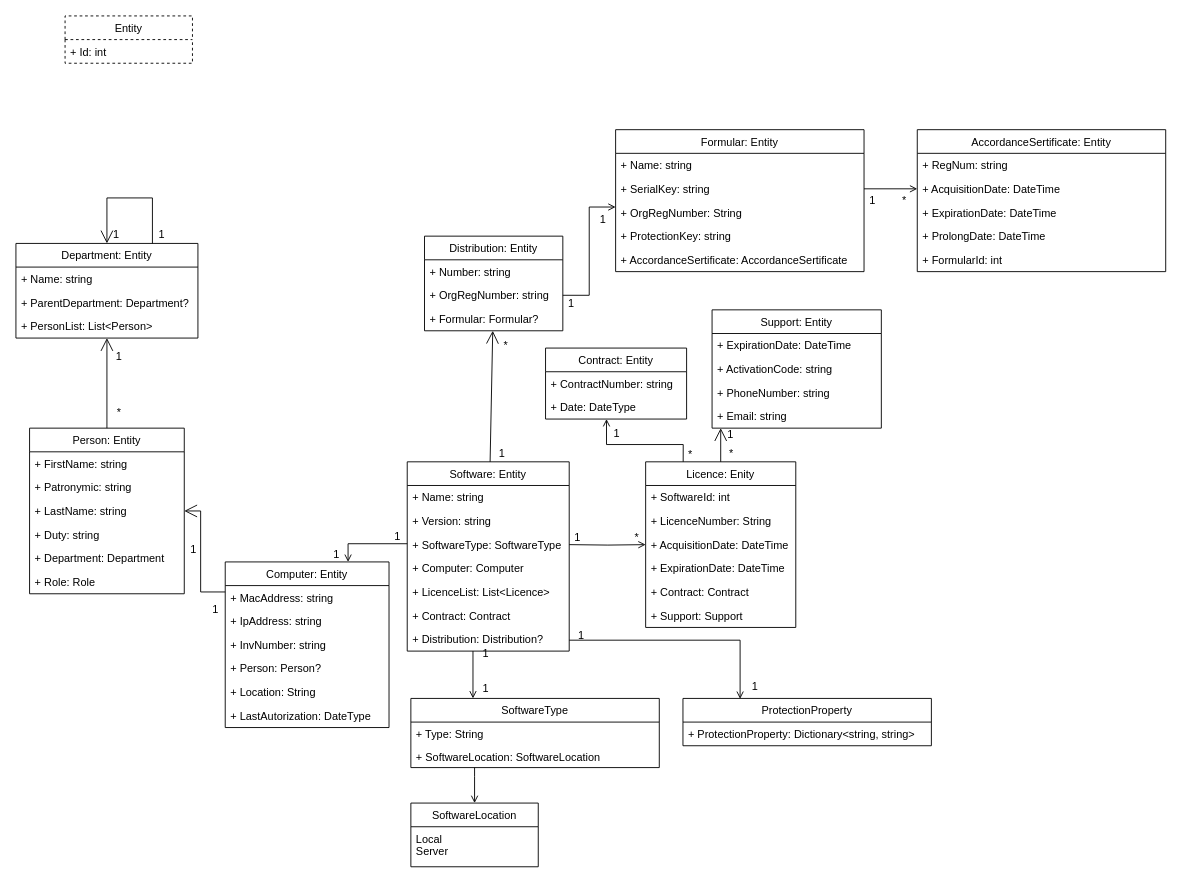
RiotRebellion/SignatureRegistry keeps this draw.io diagram as Untitled Diagram.drawio. Above is the earlier version. Source tidied: cells renumbered, new cells numbered last; positions are measured from the earlier drawing's top-left corner, leaving out a move shared by most shapes. Both pictures are drawn from the tidied source at 91%, with x=0, y=0 at pixel (15, 15).
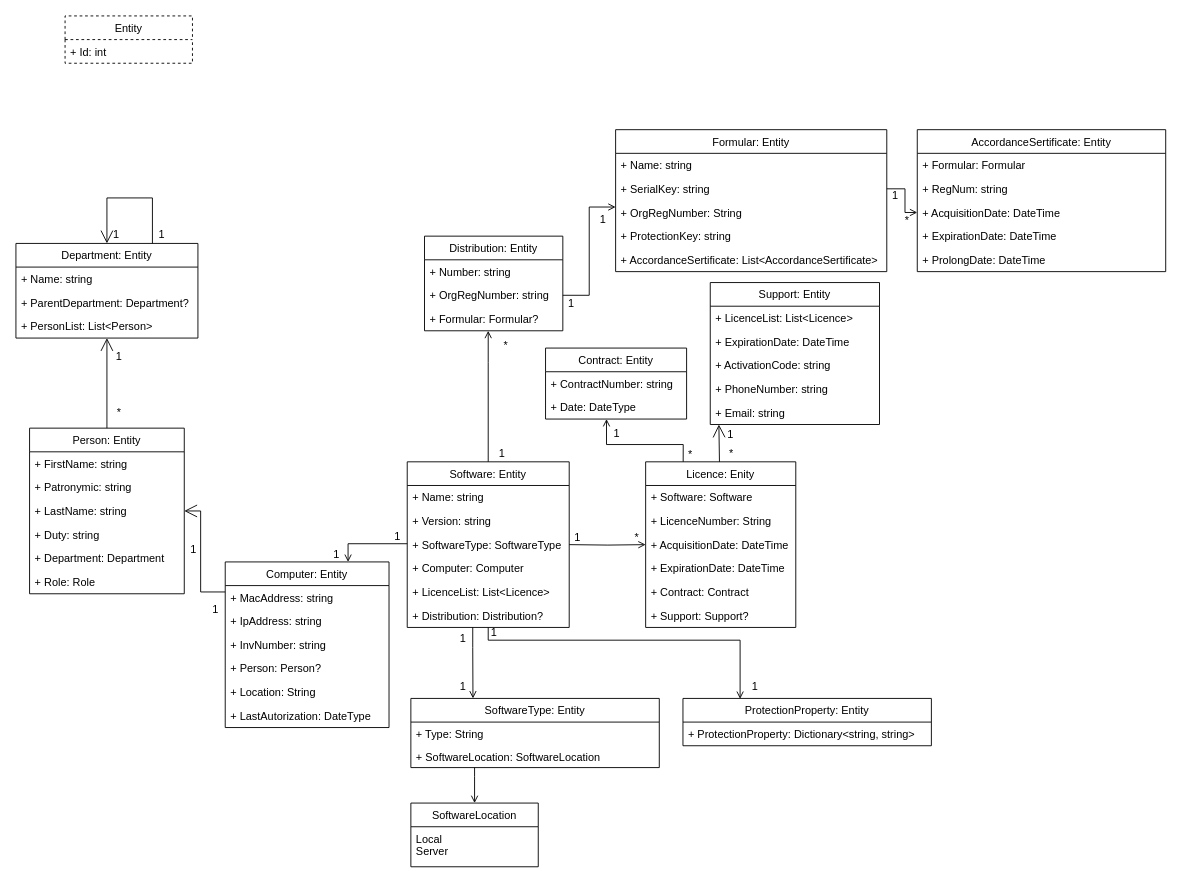
After the change.

Unchanged cells that the change refers to:
```xml
<mxCell id="52" value="Distribution: Entity" style="swimlane;fontStyle=0;horizontal=1;startSize=26;fillColor=none;" parent="1" vertex="1">
  <mxGeometry x="449" y="242" width="152" height="104" as="geometry" />
</mxCell>
<mxCell id="63" value="Licence: Enity" style="swimlane;fontStyle=0;horizontal=1;startSize=26;fillColor=none;" parent="1" vertex="1">
  <mxGeometry x="692" y="490" width="165" height="182" as="geometry" />
</mxCell>
<mxCell id="88" value="AccordanceSertificate: Entity" style="swimlane;fontStyle=0;horizontal=1;startSize=26;fillColor=none;" parent="1" vertex="1">
  <mxGeometry x="990.5" y="125" width="273" height="156" as="geometry" />
</mxCell>
```

The edit, as a diff of the source:
```diff
@@
+    <mxCell id="78" style="edgeStyle=orthogonalEdgeStyle;rounded=0;jettySize=auto;html=1;startArrow=none;startFill=0;endArrow=open;endFill=0;" parent="1" edge="1" source="35" target="52">
+      <mxGeometry relative="1" as="geometry">
+        <Array as="points">
+          <mxPoint x="519" y="381" />
+          <mxPoint x="519" y="381" />
+        </Array>
+      </mxGeometry>
+    </mxCell>
     <mxCell id="35" value="Software: Entity" style="swimlane;fontStyle=0;horizontal=1;startSize=26;fillColor=none;" parent="1" vertex="1">
-      <mxGeometry x="430" y="490" width="178" height="208" as="geometry" />
+      <mxGeometry x="430" y="490" width="178" height="182" as="geometry" />
     </mxCell>
@@
-    <mxCell id="41" value="+ Contract: Contract" style="text;strokeColor=none;fillColor=none;align=left;verticalAlign=middle;spacingLeft=4;spacingRight=4;overflow=hidden;" parent="35" vertex="1">
-      <mxGeometry y="156" width="178" height="26" as="geometry" />
-    </mxCell>
     <mxCell id="42" value="+ Distribution: Distribution?" style="text;strokeColor=none;fillColor=none;align=left;verticalAlign=middle;spacingLeft=4;spacingRight=4;overflow=hidden;points=[[0,0.5],[1,0.5]];portConstraint=eastwest;" parent="35" vertex="1">
-      <mxGeometry y="182" width="178" height="26" as="geometry" />
+      <mxGeometry y="156" width="178" height="26" as="geometry" />
     </mxCell>
@@
     <mxCell id="47" value="Support: Entity" style="swimlane;fontStyle=0;horizontal=1;startSize=26;fillColor=none;" parent="1" vertex="1">
-      <mxGeometry x="765" y="323" width="186" height="130" as="geometry" />
+      <mxGeometry x="763" y="293" width="186" height="156" as="geometry" />
     </mxCell>
+    <mxCell id="109" value="+ LicenceList: List&lt;Licence&gt;" style="text;strokeColor=none;fillColor=none;align=left;verticalAlign=top;spacingLeft=4;spacingRight=4;overflow=hidden;" parent="47" vertex="1">
+      <mxGeometry y="26" width="186" height="26" as="geometry" />
+    </mxCell>
     <mxCell id="48" value="+ ExpirationDate: DateTime" style="text;strokeColor=none;fillColor=none;align=left;verticalAlign=top;spacingLeft=4;spacingRight=4;overflow=hidden;" parent="47" vertex="1">
-      <mxGeometry y="26" width="186" height="26" as="geometry" />
+      <mxGeometry y="52" width="186" height="26" as="geometry" />
     </mxCell>
     <mxCell id="49" value="+ ActivationCode: string" style="text;strokeColor=none;fillColor=none;align=left;verticalAlign=top;spacingLeft=4;spacingRight=4;overflow=hidden;" parent="47" vertex="1">
-      <mxGeometry y="52" width="186" height="26" as="geometry" />
+      <mxGeometry y="78" width="186" height="26" as="geometry" />
     </mxCell>
     <mxCell id="50" value="+ PhoneNumber: string" style="text;strokeColor=none;fillColor=none;align=left;verticalAlign=top;spacingLeft=4;spacingRight=4;overflow=hidden;" parent="47" vertex="1">
-      <mxGeometry y="78" width="186" height="26" as="geometry" />
+      <mxGeometry y="104" width="186" height="26" as="geometry" />
     </mxCell>
     <mxCell id="51" value="+ Email: string" style="text;strokeColor=none;fillColor=none;align=left;verticalAlign=top;spacingLeft=4;spacingRight=4;overflow=hidden;points=[[0,0.5],[1,0.5]];portConstraint=eastwest;" parent="47" vertex="1">
-      <mxGeometry y="104" width="186" height="26" as="geometry" />
+      <mxGeometry y="130" width="186" height="26" as="geometry" />
     </mxCell>
@@
     <mxCell id="56" value="Formular: Entity" style="swimlane;fontStyle=0;horizontal=1;startSize=26;fillColor=none;" parent="1" vertex="1">
-      <mxGeometry x="659" y="125" width="273" height="156" as="geometry" />
+      <mxGeometry x="659" y="125" width="298" height="156" as="geometry" />
     </mxCell>
     <mxCell id="57" value="+ Name: string" style="text;strokeColor=none;fillColor=none;align=left;verticalAlign=top;spacingLeft=4;spacingRight=4;overflow=hidden;" parent="56" vertex="1">
-      <mxGeometry y="26" width="273" height="26" as="geometry" />
+      <mxGeometry y="26" width="298" height="26" as="geometry" />
     </mxCell>
     <mxCell id="58" value="+ SerialKey: string " style="text;strokeColor=none;fillColor=none;align=left;verticalAlign=top;spacingLeft=4;spacingRight=4;overflow=hidden;points=[[0,0.5],[1,0.5]];portConstraint=eastwest;" parent="56" vertex="1">
-      <mxGeometry y="52" width="273" height="26" as="geometry" />
+      <mxGeometry y="52" width="298" height="26" as="geometry" />
     </mxCell>
     <mxCell id="59" value="+ OrgRegNumber: String" style="text;strokeColor=none;fillColor=none;align=left;verticalAlign=top;spacingLeft=4;spacingRight=4;overflow=hidden;points=[[0,0.5],[1,0.5]];portConstraint=eastwest;" parent="56" vertex="1">
-      <mxGeometry y="78" width="273" height="26" as="geometry" />
+      <mxGeometry y="78" width="298" height="26" as="geometry" />
     </mxCell>
     <mxCell id="60" value="+ ProtectionKey: string" style="text;strokeColor=none;fillColor=none;align=left;verticalAlign=top;spacingLeft=4;spacingRight=4;overflow=hidden;" parent="56" vertex="1">
-      <mxGeometry y="104" width="273" height="26" as="geometry" />
+      <mxGeometry y="104" width="298" height="26" as="geometry" />
     </mxCell>
-    <mxCell id="61" value="+ AccordanceSertificate: AccordanceSertificate" style="text;strokeColor=none;fillColor=none;align=left;verticalAlign=top;spacingLeft=4;spacingRight=4;overflow=hidden;" parent="56" vertex="1">
-      <mxGeometry y="130" width="273" height="26" as="geometry" />
+    <mxCell id="61" value="+ AccordanceSertificate: List&lt;AccordanceSertificate&gt;" style="text;strokeColor=none;fillColor=none;align=left;verticalAlign=top;spacingLeft=4;spacingRight=4;overflow=hidden;" parent="56" vertex="1">
+      <mxGeometry y="130" width="298" height="26" as="geometry" />
     </mxCell>
@@
-    <mxCell id="64" value="+ SoftwareId: int" style="text;strokeColor=none;fillColor=none;align=left;verticalAlign=middle;spacingLeft=4;spacingRight=4;overflow=hidden;" parent="63" vertex="1">
+    <mxCell id="64" value="+ Software: Software" style="text;strokeColor=none;fillColor=none;align=left;verticalAlign=middle;spacingLeft=4;spacingRight=4;overflow=hidden;" parent="63" vertex="1">
       <mxGeometry y="26" width="165" height="26" as="geometry" />
     </mxCell>
@@
-    <mxCell id="69" value="+ Support: Support" style="text;strokeColor=none;fillColor=none;align=left;verticalAlign=middle;spacingLeft=4;spacingRight=4;overflow=hidden;" parent="63" vertex="1">
+    <mxCell id="69" value="+ Support: Support?" style="text;strokeColor=none;fillColor=none;align=left;verticalAlign=middle;spacingLeft=4;spacingRight=4;overflow=hidden;" parent="63" vertex="1">
       <mxGeometry y="156" width="165" height="26" as="geometry" />
     </mxCell>
@@
-    <mxCell id="78" style="endArrow=open;endFill=1;endSize=12;html=1;rounded=0;" parent="1" edge="1" source="35" target="52">
-      <mxGeometry relative="1" as="geometry" />
-    </mxCell>
@@
     <mxCell id="86" value="1" style="text;html=1;align=center;verticalAlign=middle;strokeColor=none;fillColor=none;" parent="1" vertex="1">
-      <mxGeometry x="932" y="194" width="17" height="18" as="geometry" />
+      <mxGeometry x="957" y="189" width="17" height="18" as="geometry" />
     </mxCell>
     <mxCell id="87" value="*" style="text;html=1;align=center;verticalAlign=middle;strokeColor=none;fillColor=none;" parent="1" vertex="1">
-      <mxGeometry x="968" y="194" width="15" height="18" as="geometry" />
+      <mxGeometry x="971" y="216" width="15" height="18" as="geometry" />
     </mxCell>
@@
+    <mxCell id="93" value="+ Formular: Formular" style="text;strokeColor=none;fillColor=none;align=left;verticalAlign=top;spacingLeft=4;spacingRight=4;overflow=hidden;" parent="88" vertex="1">
+      <mxGeometry y="26" width="273" height="26" as="geometry" />
+    </mxCell>
     <mxCell id="89" value="+ RegNum: string" style="text;strokeColor=none;fillColor=none;align=left;verticalAlign=top;spacingLeft=4;spacingRight=4;overflow=hidden;" parent="88" vertex="1">
-      <mxGeometry y="26" width="273" height="26" as="geometry" />
+      <mxGeometry y="52" width="273" height="26" as="geometry" />
     </mxCell>
     <mxCell id="90" value="+ AcquisitionDate: DateTime" style="text;strokeColor=none;fillColor=none;align=left;verticalAlign=top;spacingLeft=4;spacingRight=4;overflow=hidden;points=[[0,0.5],[1,0.5]];portConstraint=eastwest;" parent="88" vertex="1">
-      <mxGeometry y="52" width="273" height="26" as="geometry" />
+      <mxGeometry y="78" width="273" height="26" as="geometry" />
     </mxCell>
     <mxCell id="91" value="+ ExpirationDate: DateTime" style="text;strokeColor=none;fillColor=none;align=left;verticalAlign=top;spacingLeft=4;spacingRight=4;overflow=hidden;" parent="88" vertex="1">
-      <mxGeometry y="78" width="273" height="26" as="geometry" />
+      <mxGeometry y="104" width="273" height="26" as="geometry" />
     </mxCell>
     <mxCell id="92" value="+ ProlongDate: DateTime" style="text;strokeColor=none;fillColor=none;align=left;verticalAlign=top;spacingLeft=4;spacingRight=4;overflow=hidden;" parent="88" vertex="1">
-      <mxGeometry y="104" width="273" height="26" as="geometry" />
+      <mxGeometry y="130" width="273" height="26" as="geometry" />
     </mxCell>
-    <mxCell id="93" value="+ FormularId: int" style="text;strokeColor=none;fillColor=none;align=left;verticalAlign=top;spacingLeft=4;spacingRight=4;overflow=hidden;" parent="88" vertex="1">
-      <mxGeometry y="130" width="273" height="26" as="geometry" />
-    </mxCell>
@@
-    <mxCell id="95" value="ProtectionProperty" style="swimlane;fontStyle=0;horizontal=1;startSize=26;fillColor=none;" parent="1" vertex="1">
+    <mxCell id="95" value="ProtectionProperty: Entity" style="swimlane;fontStyle=0;horizontal=1;startSize=26;fillColor=none;" parent="1" vertex="1">
       <mxGeometry x="733" y="750" width="273" height="52" as="geometry" />
     </mxCell>
@@
-    <mxCell id="97" value="SoftwareType" style="swimlane;fontStyle=0;horizontal=1;startSize=26;fillColor=none;" parent="1" vertex="1">
+    <mxCell id="97" value="SoftwareType: Entity" style="swimlane;fontStyle=0;horizontal=1;startSize=26;fillColor=none;" parent="1" vertex="1">
       <mxGeometry x="434" y="750" width="273" height="76" as="geometry" />
     </mxCell>
@@
     <mxCell id="101" value="1" style="text;html=1;align=center;verticalAlign=middle;strokeColor=none;fillColor=none;" parent="1" vertex="1">
-      <mxGeometry x="507" y="730" width="17" height="18" as="geometry" />
+      <mxGeometry x="482" y="728" width="17" height="18" as="geometry" />
     </mxCell>
     <mxCell id="102" value="1" style="text;html=1;align=center;verticalAlign=middle;strokeColor=none;fillColor=none;" parent="1" vertex="1">
-      <mxGeometry x="507" y="692" width="17" height="18" as="geometry" />
+      <mxGeometry x="482" y="675" width="17" height="18" as="geometry" />
     </mxCell>
@@
     <mxCell id="104" value="1" style="text;html=1;align=center;verticalAlign=middle;strokeColor=none;fillColor=none;" parent="1" vertex="1">
-      <mxGeometry x="612" y="672" width="17" height="18" as="geometry" />
+      <mxGeometry x="516.5" y="669" width="17" height="18" as="geometry" />
     </mxCell>
```
